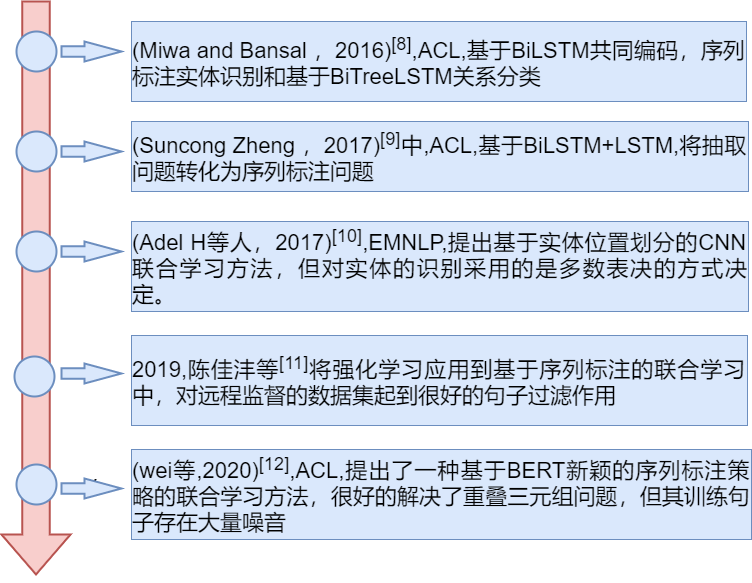
Above: test2.png in bigbigkid/awesome-knowledge-graph (draw.io), before the change. Source tidied: cells renumbered, new cells last; positions are measured from the earlier drawing's top-left corner, leaving out a move shared by most shapes.
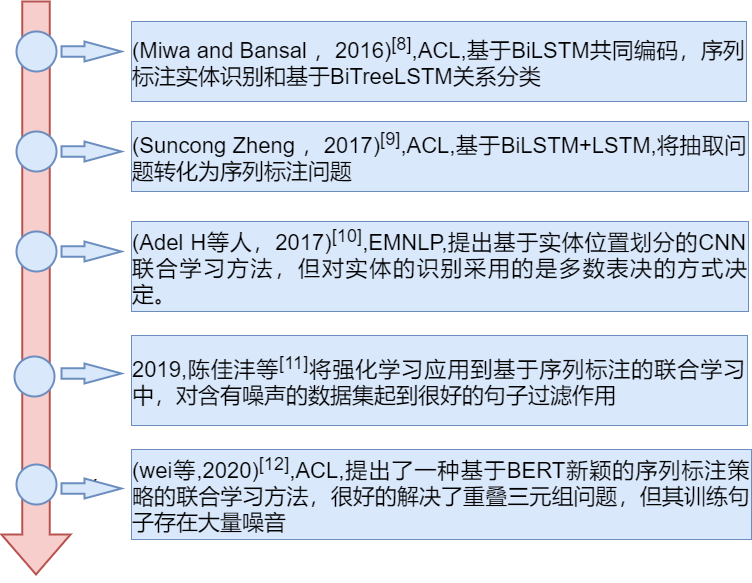
Later version of the same file.

What changed in the source:
```diff
@@ -17,7 +17,7 @@
     <mxCell id="6" style="verticalLabelPosition=bottom;verticalAlign=top;html=1;strokeWidth=2;shape=mxgraph.arrows2.arrow;dy=0.47;dx=37;notch=0;fillColor=#dae8fc;strokeColor=#6c8ebf;" parent="1" vertex="1">
       <mxGeometry x="60" y="140" width="60" height="20" as="geometry" />
     </mxCell>
-    <mxCell id="7" value="&lt;div style=&quot;text-align: justify&quot;&gt;&lt;span style=&quot;font-size: 22px&quot;&gt;(Suncong Zheng ，2017)&lt;sup&gt;[9]&lt;/sup&gt;中,ACL,基于BiLSTM+LSTM,将抽取问题转化为序列标注问题&lt;/span&gt;&lt;br&gt;&lt;/div&gt;" style="whiteSpace=wrap;html=1;fillColor=#dae8fc;strokeColor=#6c8ebf;" parent="1" vertex="1">
+    <mxCell id="7" value="&lt;div style=&quot;text-align: justify&quot;&gt;&lt;span style=&quot;font-size: 22px&quot;&gt;(Suncong Zheng ，2017)&lt;sup&gt;[9]&lt;/sup&gt;,ACL,基于BiLSTM+LSTM,将抽取问题转化为序列标注问题&lt;/span&gt;&lt;br&gt;&lt;/div&gt;" style="whiteSpace=wrap;html=1;fillColor=#dae8fc;strokeColor=#6c8ebf;" parent="1" vertex="1">
       <mxGeometry x="130" y="120" width="617" height="70" as="geometry" />
     </mxCell>
     <mxCell id="8" style="edgeStyle=orthogonalEdgeStyle;rounded=0;orthogonalLoop=1;jettySize=auto;html=1;exitX=1;exitY=0.5;exitDx=0;exitDy=0;exitPerimeter=0;" parent="1" edge="1" source="2" target="2">
@@ -58,7 +58,7 @@
     <mxCell id="19" style="verticalLabelPosition=bottom;verticalAlign=top;html=1;strokeWidth=2;shape=mxgraph.arrows2.arrow;dy=0.47;dx=37;notch=0;fillColor=#dae8fc;strokeColor=#6c8ebf;" parent="1" vertex="1">
       <mxGeometry x="60" y="477" width="60" height="20" as="geometry" />
     </mxCell>
-    <mxCell id="20" value="&lt;div style=&quot;text-align: justify&quot;&gt;&lt;div&gt;&lt;font style=&quot;font-size: 22px&quot;&gt;2019,陈佳沣等&lt;sup&gt;[11]&lt;/sup&gt;将强化学习应用到基于序列标注的联合学习中，对远程监督的数据集起到很好的句子过滤作用&lt;/font&gt;&lt;/div&gt;&lt;/div&gt;" style="whiteSpace=wrap;html=1;fillColor=#dae8fc;strokeColor=#6c8ebf;" parent="1" vertex="1">
+    <mxCell id="20" value="&lt;div style=&quot;text-align: justify&quot;&gt;&lt;div&gt;&lt;font style=&quot;font-size: 22px&quot;&gt;2019,陈佳沣等&lt;sup&gt;[11]&lt;/sup&gt;将强化学习应用到基于序列标注的联合学习中，对含有噪声的数据集起到很好的句子过滤作用&lt;/font&gt;&lt;/div&gt;&lt;/div&gt;" style="whiteSpace=wrap;html=1;fillColor=#dae8fc;strokeColor=#6c8ebf;" parent="1" vertex="1">
       <mxGeometry x="130" y="334" width="616" height="90" as="geometry" />
     </mxCell>
     <mxCell id="21" value="&lt;div style=&quot;text-align: justify&quot;&gt;&lt;div&gt;&lt;font style=&quot;font-size: 22px&quot;&gt;(wei等,2020)&lt;sup&gt;[12]&lt;/sup&gt;,ACL,提出了一种基于BERT新颖的序列标注策略的联合学习方法，很好的解决了重叠三元组问题，但其训练句子存在大量噪音&lt;/font&gt;&lt;/div&gt;&lt;/div&gt;" style="whiteSpace=wrap;html=1;fillColor=#dae8fc;strokeColor=#6c8ebf;" parent="1" vertex="1">
```
